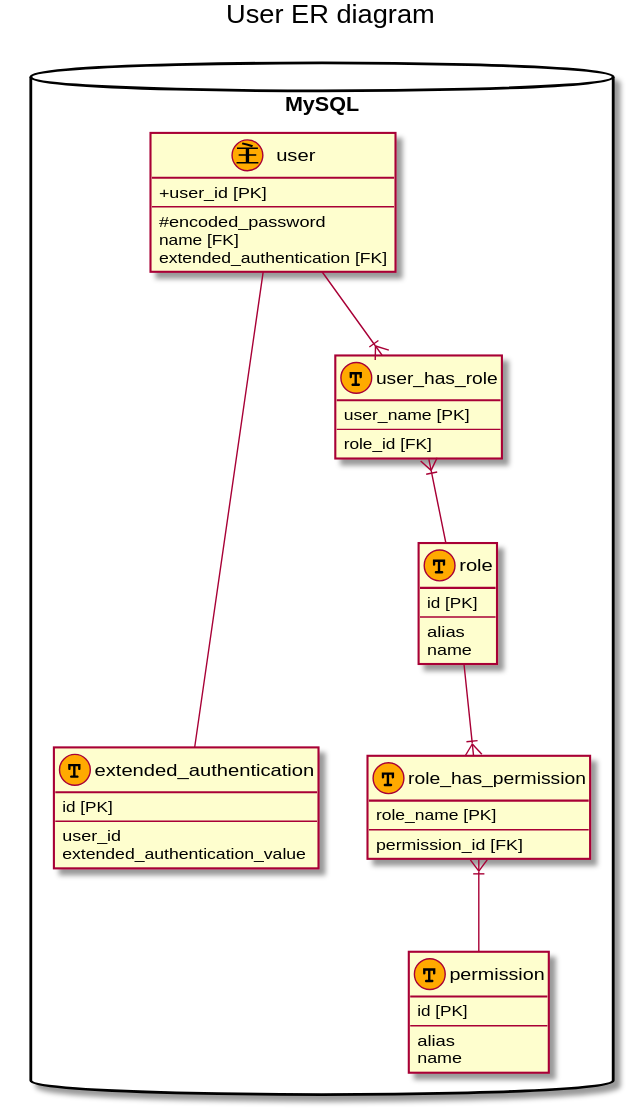
Before: 01_document/04_ソフトウェア実装プロセス/03_ソフトウェア詳細設計/UserERDiagram.svg, a diagram exported from PlantUML (kenjinagai/TeamCafeAuLait).
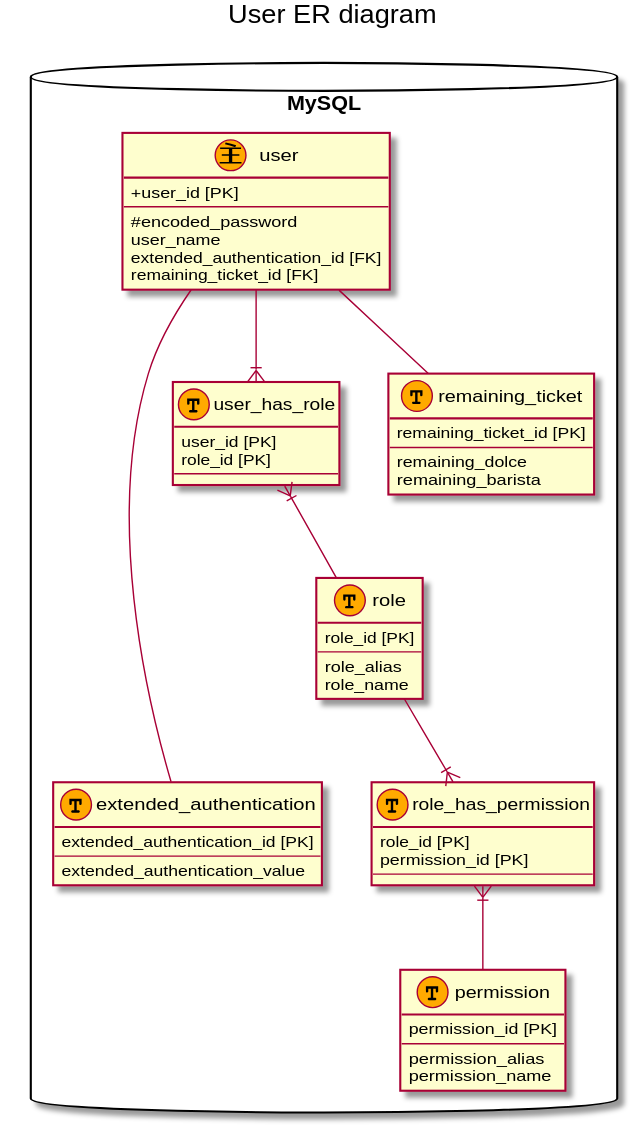
The same file after the commit.

Change to the diagram source:
```diff
@@ -7,46 +7,54 @@
         + user_id [PK]
         ---
         # encoded_password
-        name [FK]
-        extended_authentication [FK]
+        user_name
+        extended_authentication_id [FK]
+        remaining_ticket_id [FK]
     }
 
     entity extended_authentication <<T,FFAA00)>> {
-        id [PK]
+        extended_authentication_id [PK]
         ---
-        user_id
         extended_authentication_value
     }
 
     entity user_has_role <<T, FFAA00>> {
-        user_name [PK]
+        user_id [PK]
+        role_id [PK]
         ---
-        role_id [FK]
     }
 
     entity role_has_permission <<T, FFAA00>> {
-        role_name [PK]
+        role_id [PK]
+        permission_id [PK]
         ---
-        permission_id [FK]
     }
 
     entity permission <<T, FFAA00>> {
-        id [PK]
+        permission_id [PK]
         ---
-        alias
-        name
+        permission_alias
+        permission_name
     }
 
     entity role <<T, FFAA00>> {
-        id [PK]
+        role_id [PK]
         ----
-        alias
-        name
+        role_alias
+        role_name
+    }
+
+    entity remaining_ticket <<T, FFAA00>> {
+        remaining_ticket_id [PK]
+        ----
+        remaining_dolce
+        remaining_barista
     }
 }
 
 user -down--- extended_authentication
 user -down-|{ user_has_role
+user -down- remaining_ticket
 user_has_role }|-down- role
 role -down-|{ role_has_permission
 role_has_permission }|-down- permission
```
